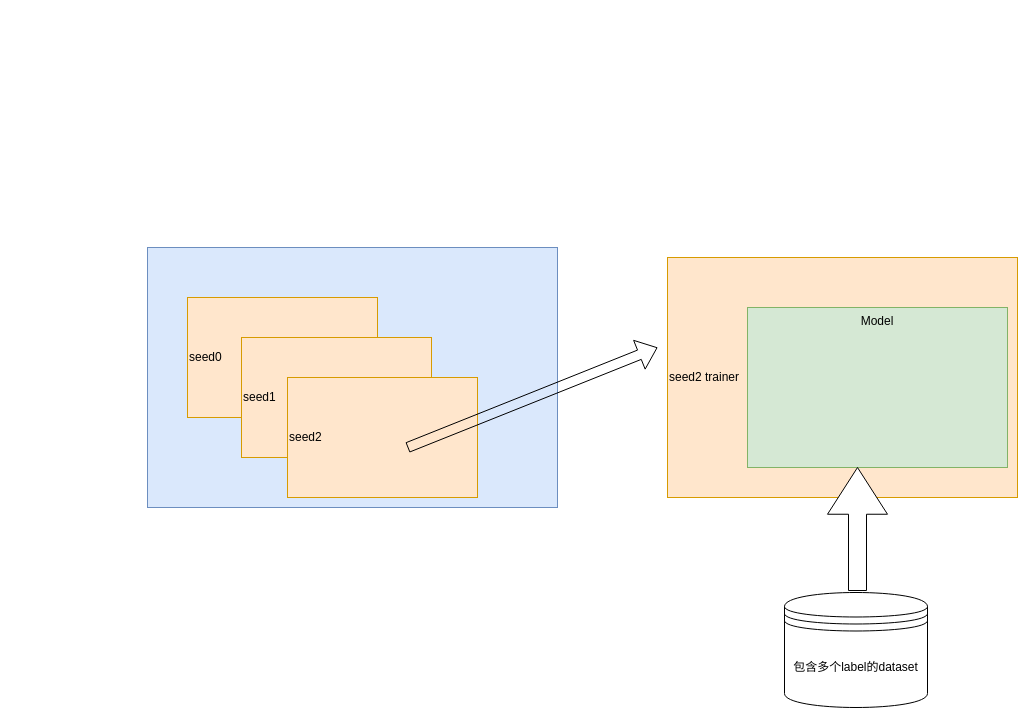
111qqz/2018FALL keeps this draw.io diagram as HFML模型模块现状.drawio. Above is the earlier version. Source tidied: cells renumbered, new cells numbered last; positions are measured from the earlier drawing's top-left corner, leaving out a move shared by most shapes. Both pictures are drawn from the tidied source at 100%, with x=0, y=0 at pixel (147, 247).
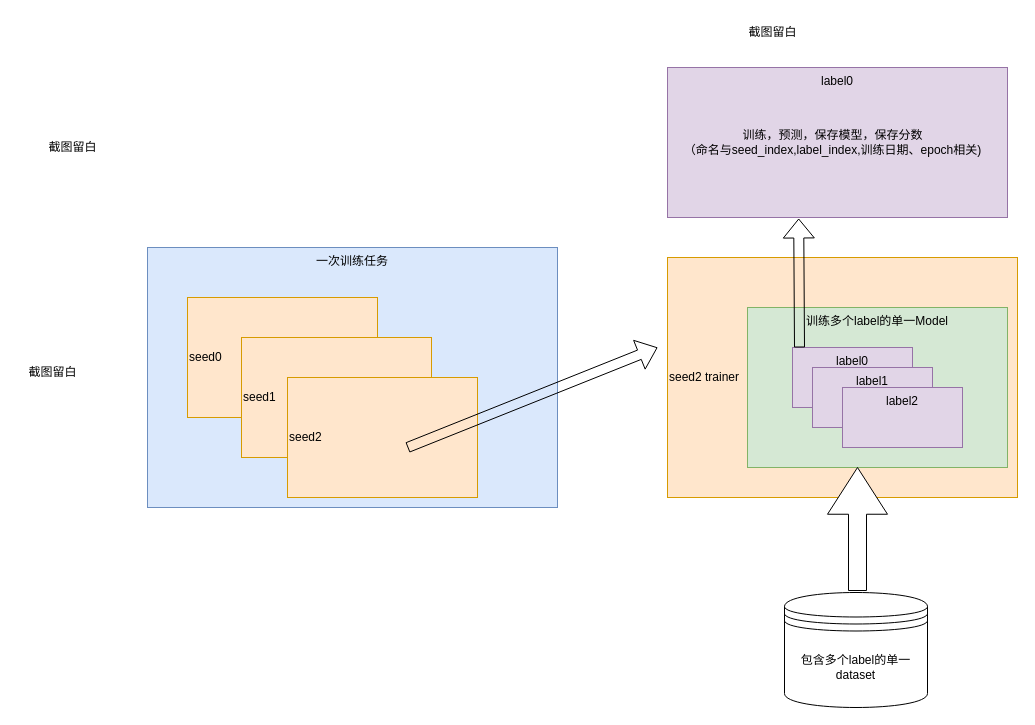
The same diagram, later.

Commit message (it also covers changes not shown here):
更新HFML模型模块现状.drawio

The edit, as a diff of the source:
```diff
@@
-    <mxCell id="2" style="rounded=0;whiteSpace=wrap;html=1;fillColor=#dae8fc;strokeColor=#6c8ebf;" parent="1" vertex="1">
+    <mxCell id="2" value="一次训练任务" style="rounded=0;whiteSpace=wrap;html=1;fillColor=#dae8fc;strokeColor=#6c8ebf;verticalAlign=top;" parent="1" vertex="1">
       <mxGeometry width="410" height="260" as="geometry" />
     </mxCell>
@@
-    <mxCell id="7" value="Model" style="rounded=0;whiteSpace=wrap;html=1;fillColor=#d5e8d4;strokeColor=#82b366;align=center;verticalAlign=top;" parent="1" vertex="1">
+    <mxCell id="7" value="训练多个label的单一Model" style="rounded=0;whiteSpace=wrap;html=1;fillColor=#d5e8d4;strokeColor=#82b366;align=center;verticalAlign=top;" parent="1" vertex="1">
       <mxGeometry x="600" y="60" width="260" height="160" as="geometry" />
     </mxCell>
@@
-    <mxCell id="9" value="包含多个label的dataset" style="shape=datastore;whiteSpace=wrap;html=1;" parent="1" vertex="1">
+    <mxCell id="9" value="包含多个label的单一dataset" style="shape=datastore;whiteSpace=wrap;html=1;" parent="1" vertex="1">
       <mxGeometry x="637" y="345" width="143" height="115" as="geometry" />
     </mxCell>
@@
+    <mxCell id="11" value="label0" style="rounded=0;whiteSpace=wrap;html=1;fillColor=#e1d5e7;strokeColor=#9673a6;verticalAlign=top;" parent="1" vertex="1">
+      <mxGeometry x="645" y="100" width="120" height="60" as="geometry" />
+    </mxCell>
+    <mxCell id="12" value="label1" style="rounded=0;whiteSpace=wrap;html=1;fillColor=#e1d5e7;strokeColor=#9673a6;verticalAlign=top;" parent="1" vertex="1">
+      <mxGeometry x="665" y="120" width="120" height="60" as="geometry" />
+    </mxCell>
+    <mxCell id="13" value="label2" style="rounded=0;whiteSpace=wrap;html=1;fillColor=#e1d5e7;strokeColor=#9673a6;verticalAlign=top;" parent="1" vertex="1">
+      <mxGeometry x="695" y="140" width="120" height="60" as="geometry" />
+    </mxCell>
+    <mxCell id="14" value="label0" style="rounded=0;whiteSpace=wrap;html=1;fillColor=#e1d5e7;strokeColor=#9673a6;verticalAlign=top;" parent="1" vertex="1">
+      <mxGeometry x="520" y="-180" width="340" height="150" as="geometry" />
+    </mxCell>
+    <mxCell id="15" value="训练，预测，保存模型，保存分数&lt;br&gt;（命名与seed_index,label_index,训练日期、epoch相关)" style="text;html=1;align=center;verticalAlign=middle;strokeColor=none;fillColor=none;" parent="1" vertex="1">
+      <mxGeometry x="525" y="-125" width="320" height="40" as="geometry" />
+    </mxCell>
+    <mxCell id="16" style="shape=flexArrow;endArrow=classic;html=1;rounded=0;entryX=0.424;entryY=1.007;entryDx=0;entryDy=0;entryPerimeter=0;" parent="1" edge="1">
+      <mxGeometry relative="1" as="geometry">
+        <mxPoint x="652" y="100" as="sourcePoint" />
+        <mxPoint x="651.2" y="-29" as="targetPoint" />
+      </mxGeometry>
+    </mxCell>
+    <mxCell id="17" value="截图留白" style="text;html=1;align=center;verticalAlign=middle;strokeColor=none;fillColor=none;" parent="1" vertex="1">
+      <mxGeometry x="-110" y="-115" width="70" height="30" as="geometry" />
+    </mxCell>
+    <mxCell id="18" value="截图留白" style="text;html=1;align=center;verticalAlign=middle;strokeColor=none;fillColor=none;" parent="1" vertex="1">
+      <mxGeometry x="-130" y="110" width="70" height="30" as="geometry" />
+    </mxCell>
+    <mxCell id="19" value="截图留白" style="text;html=1;align=center;verticalAlign=middle;strokeColor=none;fillColor=none;" parent="1" vertex="1">
+      <mxGeometry x="590" y="-230" width="70" height="30" as="geometry" />
+    </mxCell>
```
